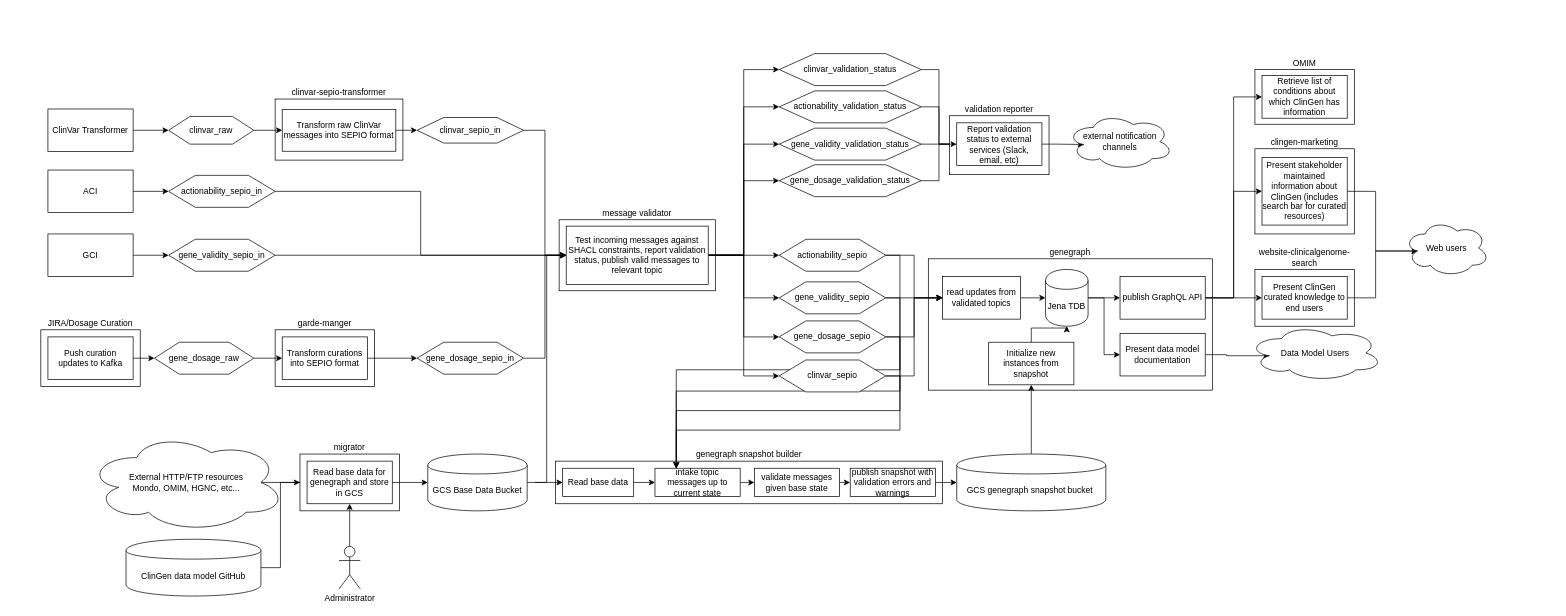
Above: page "future" (2 of 2) of B/G ClinGen Architecture.drawio in clingen-data-model/architecture (draw.io), before the change. Source tidied: cells renumbered, new cells numbered last; positions are measured from the earlier drawing's top-left corner, leaving out a move shared by most shapes. Both pictures are drawn from the tidied source at 71%, with x=0, y=0 at pixel (40, 53).
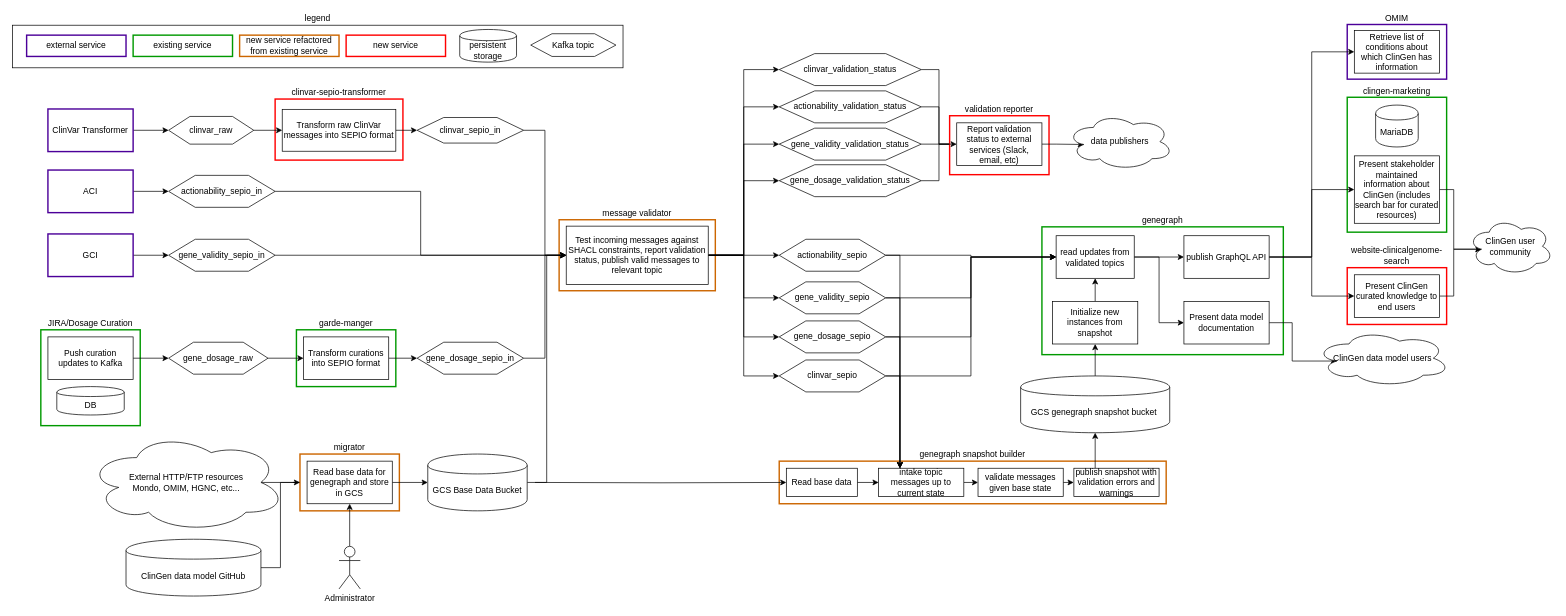
After the change.

Change to the diagram source:
```diff
@@
+    <mxCell id="111" value="legend" style="rounded=0;whiteSpace=wrap;html=1;strokeColor=#000000;strokeWidth=1;labelPosition=center;verticalLabelPosition=top;align=center;verticalAlign=bottom;" parent="1" vertex="1">
+      <mxGeometry x="-40" y="-40" width="860" height="60" as="geometry" />
+    </mxCell>
-    <mxCell id="2" value="genegraph snapshot builder" style="rounded=0;whiteSpace=wrap;html=1;labelPosition=center;verticalLabelPosition=top;align=center;verticalAlign=bottom;" parent="1" vertex="1">
-      <mxGeometry x="725" y="574" width="545" height="60" as="geometry" />
+    <mxCell id="2" value="genegraph snapshot builder" style="rounded=0;whiteSpace=wrap;html=1;labelPosition=center;verticalLabelPosition=top;align=center;verticalAlign=bottom;strokeWidth=2;strokeColor=#CC6600;" parent="1" vertex="1">
+      <mxGeometry x="1040" y="574" width="545" height="60" as="geometry" />
     </mxCell>
-    <mxCell id="3" value="OMIM" style="rounded=0;whiteSpace=wrap;html=1;labelPosition=center;verticalLabelPosition=top;align=center;verticalAlign=bottom;" parent="1" vertex="1">
-      <mxGeometry x="1710" y="22.5" width="140" height="77" as="geometry" />
+    <mxCell id="3" value="OMIM" style="rounded=0;whiteSpace=wrap;html=1;labelPosition=center;verticalLabelPosition=top;align=center;verticalAlign=bottom;strokeWidth=2;strokeColor=#4C0099;" parent="1" vertex="1">
+      <mxGeometry x="1840" y="-41" width="140" height="77" as="geometry" />
     </mxCell>
-    <mxCell id="4" value="clingen-marketing" style="rounded=0;whiteSpace=wrap;html=1;labelPosition=center;verticalLabelPosition=top;align=center;verticalAlign=bottom;" parent="1" vertex="1">
-      <mxGeometry x="1710" y="134" width="140" height="120" as="geometry" />
+    <mxCell id="4" value="clingen-marketing" style="rounded=0;whiteSpace=wrap;html=1;labelPosition=center;verticalLabelPosition=top;align=center;verticalAlign=bottom;strokeColor=#009900;strokeWidth=2;" parent="1" vertex="1">
+      <mxGeometry x="1840" y="61.5" width="140" height="190" as="geometry" />
     </mxCell>
-    <mxCell id="5" value="clinvar-sepio-transformer" style="rounded=0;whiteSpace=wrap;html=1;labelPosition=center;verticalLabelPosition=top;align=center;verticalAlign=bottom;" parent="1" vertex="1">
+    <mxCell id="5" value="clinvar-sepio-transformer" style="rounded=0;whiteSpace=wrap;html=1;labelPosition=center;verticalLabelPosition=top;align=center;verticalAlign=bottom;labelBorderColor=none;strokeColor=#FF0000;strokeWidth=2;" parent="1" vertex="1">
       <mxGeometry x="330" y="64" width="180" height="86" as="geometry" />
     </mxCell>
-    <mxCell id="6" value="message validator" style="rounded=0;whiteSpace=wrap;html=1;labelPosition=center;verticalLabelPosition=top;align=center;verticalAlign=bottom;" parent="1" vertex="1">
+    <mxCell id="6" value="message validator" style="rounded=0;whiteSpace=wrap;html=1;labelPosition=center;verticalLabelPosition=top;align=center;verticalAlign=bottom;strokeWidth=2;strokeColor=#CC6600;" parent="1" vertex="1">
       <mxGeometry x="730" y="234" width="220" height="100" as="geometry" />
     </mxCell>
-    <mxCell id="7" value="website-clinicalgenome-search" style="rounded=0;whiteSpace=wrap;html=1;labelPosition=center;verticalLabelPosition=top;align=center;verticalAlign=bottom;" parent="1" vertex="1">
-      <mxGeometry x="1710" y="304" width="140" height="80" as="geometry" />
+    <mxCell id="7" value="website-clinicalgenome-search" style="rounded=0;whiteSpace=wrap;html=1;labelPosition=center;verticalLabelPosition=top;align=center;verticalAlign=bottom;strokeColor=#FF0000;strokeWidth=2;" parent="1" vertex="1">
+      <mxGeometry x="1840" y="301.5" width="140" height="80" as="geometry" />
     </mxCell>
@@
-    <mxCell id="9" value="ACI" style="rounded=0;whiteSpace=wrap;html=1;" parent="1" vertex="1">
+    <mxCell id="9" value="ACI" style="rounded=0;whiteSpace=wrap;html=1;strokeColor=#4C0099;strokeWidth=2;" parent="1" vertex="1">
       <mxGeometry x="10" y="164" width="120" height="60" as="geometry" />
     </mxCell>
@@
-    <mxCell id="11" value="GCI" style="rounded=0;whiteSpace=wrap;html=1;" parent="1" vertex="1">
+    <mxCell id="11" value="GCI" style="rounded=0;whiteSpace=wrap;html=1;strokeColor=#4C0099;strokeWidth=2;" parent="1" vertex="1">
       <mxGeometry x="10" y="254" width="120" height="60" as="geometry" />
     </mxCell>
-    <mxCell id="12" value="JIRA/Dosage Curation" style="rounded=0;whiteSpace=wrap;html=1;labelPosition=center;verticalLabelPosition=top;align=center;verticalAlign=bottom;" parent="1" vertex="1">
-      <mxGeometry y="389" width="140" height="80" as="geometry" />
+    <mxCell id="12" value="JIRA/Dosage Curation" style="rounded=0;whiteSpace=wrap;html=1;labelPosition=center;verticalLabelPosition=top;align=center;verticalAlign=bottom;strokeColor=#009900;strokeWidth=2;" parent="1" vertex="1">
+      <mxGeometry y="389" width="140" height="135" as="geometry" />
     </mxCell>
-    <mxCell id="13" value="garde-manger" style="rounded=0;whiteSpace=wrap;html=1;labelPosition=center;verticalLabelPosition=top;align=center;verticalAlign=bottom;" parent="1" vertex="1">
-      <mxGeometry x="330" y="389" width="140" height="80" as="geometry" />
+    <mxCell id="13" value="garde-manger" style="rounded=0;whiteSpace=wrap;html=1;labelPosition=center;verticalLabelPosition=top;align=center;verticalAlign=bottom;strokeColor=#009900;strokeWidth=2;" parent="1" vertex="1">
+      <mxGeometry x="360" y="389" width="140" height="80" as="geometry" />
     </mxCell>
@@
     <mxCell id="15" value="Transform curations into SEPIO format" style="rounded=0;whiteSpace=wrap;html=1;" parent="1" vertex="1">
-      <mxGeometry x="340" y="399" width="120" height="60" as="geometry" />
+      <mxGeometry x="370" y="399" width="120" height="60" as="geometry" />
     </mxCell>
-    <mxCell id="16" value="genegraph" style="rounded=0;whiteSpace=wrap;html=1;labelPosition=center;verticalLabelPosition=top;align=center;verticalAlign=bottom;" parent="1" vertex="1">
-      <mxGeometry x="1250" y="289" width="400" height="185" as="geometry" />
+    <mxCell id="16" value="genegraph" style="rounded=0;whiteSpace=wrap;html=1;labelPosition=center;verticalLabelPosition=top;align=center;verticalAlign=bottom;strokeColor=#009900;strokeWidth=2;" parent="1" vertex="1">
+      <mxGeometry x="1410" y="244" width="340" height="180" as="geometry" />
     </mxCell>
@@
     <mxCell id="21" value="publish GraphQL API" style="rounded=0;whiteSpace=wrap;html=1;" parent="1" vertex="1">
-      <mxGeometry x="1520" y="314" width="120" height="60" as="geometry" />
+      <mxGeometry x="1610" y="256.5" width="120" height="60" as="geometry" />
     </mxCell>
-    <mxCell id="22" style="edgeStyle=orthogonalEdgeStyle;rounded=0;jettySize=auto;html=1;exitX=1;exitY=0.5;exitDx=0;exitDy=0;entryX=0;entryY=0.5;entryDx=0;entryDy=0;" parent="1" edge="1" source="24" target="21">
-      <mxGeometry relative="1" as="geometry" />
-    </mxCell>
-    <mxCell id="23" style="edgeStyle=orthogonalEdgeStyle;rounded=0;jettySize=auto;html=1;exitX=1;exitY=0.5;exitDx=0;exitDy=0;entryX=0;entryY=0.5;entryDx=0;entryDy=0;" parent="1" edge="1" source="24" target="92">
-      <mxGeometry relative="1" as="geometry" />
-    </mxCell>
-    <mxCell id="24" value="Jena TDB" style="shape=cylinder;whiteSpace=wrap;html=1;boundedLbl=1;backgroundOutline=1;" parent="1" vertex="1">
-      <mxGeometry x="1415" y="304" width="60" height="80" as="geometry" />
-    </mxCell>
@@
     <mxCell id="26" value="Present ClinGen curated knowledge to end users" style="rounded=0;whiteSpace=wrap;html=1;" parent="1" vertex="1">
-      <mxGeometry x="1720" y="314" width="120" height="60" as="geometry" />
+      <mxGeometry x="1850" y="311.5" width="120" height="60" as="geometry" />
     </mxCell>
@@
     <mxCell id="28" value="Present stakeholder maintained information about ClinGen (includes search bar for curated resources)" style="rounded=0;whiteSpace=wrap;html=1;" parent="1" vertex="1">
-      <mxGeometry x="1720" y="146.5" width="120" height="95" as="geometry" />
+      <mxGeometry x="1850" y="144" width="120" height="95" as="geometry" />
     </mxCell>
@@
     <mxCell id="34" value="gene_dosage_raw" style="shape=hexagon;perimeter=hexagonPerimeter2;whiteSpace=wrap;html=1;" parent="1" vertex="1">
-      <mxGeometry x="160" y="406.5" width="140" height="45" as="geometry" />
+      <mxGeometry x="180" y="406.5" width="140" height="45" as="geometry" />
     </mxCell>
@@
-    <mxCell id="63" value="validation reporter" style="rounded=0;whiteSpace=wrap;html=1;labelPosition=center;verticalLabelPosition=top;align=center;verticalAlign=bottom;" parent="1" vertex="1">
+    <mxCell id="63" value="validation reporter" style="rounded=0;whiteSpace=wrap;html=1;labelPosition=center;verticalLabelPosition=top;align=center;verticalAlign=bottom;strokeColor=#FF0000;strokeWidth=2;" parent="1" vertex="1">
       <mxGeometry x="1280" y="87.5" width="140" height="83" as="geometry" />
     </mxCell>
@@
-    <mxCell id="66" value="external notification channels" style="ellipse;shape=cloud;whiteSpace=wrap;html=1;" parent="1" vertex="1">
+    <mxCell id="66" value="data publishers" style="ellipse;shape=cloud;whiteSpace=wrap;html=1;" parent="1" vertex="1">
       <mxGeometry x="1445" y="84" width="150" height="80" as="geometry" />
     </mxCell>
-    <mxCell id="67" style="edgeStyle=orthogonalEdgeStyle;rounded=0;jettySize=auto;html=1;exitX=1;exitY=0.5;exitDx=0;exitDy=0;entryX=0;entryY=0.5;entryDx=0;entryDy=0;" parent="1" edge="1" source="68" target="24">
-      <mxGeometry relative="1" as="geometry" />
+    <mxCell id="67" style="edgeStyle=orthogonalEdgeStyle;rounded=0;jettySize=auto;html=1;exitX=1;exitY=0.5;exitDx=0;exitDy=0;entryX=0;entryY=0.5;entryDx=0;entryDy=0;" parent="1" edge="1" source="68">
+      <mxGeometry relative="1" as="geometry">
+        <mxPoint x="1505" y="286.5" as="targetPoint" />
+      </mxGeometry>
     </mxCell>
+    <mxCell id="112" style="edgeStyle=orthogonalEdgeStyle;rounded=0;jettySize=auto;html=1;exitX=1;exitY=0.5;exitDx=0;exitDy=0;entryX=0;entryY=0.5;entryDx=0;entryDy=0;" parent="1" edge="1" source="68" target="21">
+      <mxGeometry relative="1" as="geometry" />
+    </mxCell>
+    <mxCell id="113" style="edgeStyle=orthogonalEdgeStyle;rounded=0;jettySize=auto;html=1;exitX=1;exitY=0.5;exitDx=0;exitDy=0;entryX=0;entryY=0.5;entryDx=0;entryDy=0;" parent="1" edge="1" source="68" target="92">
+      <mxGeometry relative="1" as="geometry" />
+    </mxCell>
     <mxCell id="68" value="read updates from validated topics" style="rounded=0;whiteSpace=wrap;html=1;" parent="1" vertex="1">
-      <mxGeometry x="1270" y="314" width="110" height="60" as="geometry" />
+      <mxGeometry x="1430" y="256.5" width="110" height="60" as="geometry" />
     </mxCell>
-    <mxCell id="69" value="Web users" style="ellipse;shape=cloud;whiteSpace=wrap;html=1;" parent="1" vertex="1">
-      <mxGeometry x="1920" y="234" width="120" height="80" as="geometry" />
+    <mxCell id="69" value="ClinGen user community" style="ellipse;shape=cloud;whiteSpace=wrap;html=1;" parent="1" vertex="1">
+      <mxGeometry x="2010" y="231.5" width="120" height="80" as="geometry" />
     </mxCell>
@@
-    <mxCell id="71" value="ClinVar Transformer" style="rounded=0;whiteSpace=wrap;html=1;" parent="1" vertex="1">
+    <mxCell id="71" value="ClinVar Transformer" style="rounded=0;whiteSpace=wrap;html=1;strokeColor=#4C0099;strokeWidth=2;" parent="1" vertex="1">
       <mxGeometry x="10" y="78" width="120" height="60" as="geometry" />
     </mxCell>
@@
-    <mxCell id="85" value="migrator" style="rounded=0;whiteSpace=wrap;html=1;labelPosition=center;verticalLabelPosition=top;align=center;verticalAlign=bottom;" parent="1" vertex="1">
+    <mxCell id="85" value="migrator" style="rounded=0;whiteSpace=wrap;html=1;labelPosition=center;verticalLabelPosition=top;align=center;verticalAlign=bottom;strokeColor=#CC6600;strokeWidth=2;" parent="1" vertex="1">
       <mxGeometry x="365" y="564" width="140" height="80" as="geometry" />
     </mxCell>
@@
     <mxCell id="90" value="Retrieve list of conditions about which ClinGen has information" style="rounded=0;whiteSpace=wrap;html=1;" parent="1" vertex="1">
-      <mxGeometry x="1720" y="31" width="120" height="60" as="geometry" />
+      <mxGeometry x="1850" y="-32.5" width="120" height="60" as="geometry" />
     </mxCell>
@@
     <mxCell id="92" value="Present data model documentation" style="rounded=0;whiteSpace=wrap;html=1;" parent="1" vertex="1">
-      <mxGeometry x="1520" y="394" width="120" height="60" as="geometry" />
+      <mxGeometry x="1610" y="349" width="120" height="60" as="geometry" />
     </mxCell>
-    <mxCell id="93" value="Data Model Users" style="ellipse;shape=cloud;whiteSpace=wrap;html=1;" parent="1" vertex="1">
-      <mxGeometry x="1700" y="381.5" width="190" height="80" as="geometry" />
+    <mxCell id="93" value="ClinGen data model users" style="ellipse;shape=cloud;whiteSpace=wrap;html=1;" parent="1" vertex="1">
+      <mxGeometry x="1795" y="389" width="190" height="80" as="geometry" />
     </mxCell>
@@
     <mxCell id="98" value="Read base data" style="rounded=0;whiteSpace=wrap;html=1;" parent="1" vertex="1">
-      <mxGeometry x="735" y="584" width="100" height="40" as="geometry" />
+      <mxGeometry x="1050" y="584" width="100" height="40" as="geometry" />
     </mxCell>
@@
     <mxCell id="100" value="intake topic messages up to current state" style="rounded=0;whiteSpace=wrap;html=1;" parent="1" vertex="1">
-      <mxGeometry x="865" y="584" width="120" height="40" as="geometry" />
+      <mxGeometry x="1180" y="584" width="120" height="40" as="geometry" />
     </mxCell>
@@
     <mxCell id="104" value="validate messages given base state" style="rounded=0;whiteSpace=wrap;html=1;" parent="1" vertex="1">
-      <mxGeometry x="1005" y="584" width="120" height="40" as="geometry" />
+      <mxGeometry x="1320" y="584" width="120" height="40" as="geometry" />
     </mxCell>
@@
     <mxCell id="106" value="GCS genegraph snapshot bucket&amp;nbsp;" style="shape=cylinder;whiteSpace=wrap;html=1;boundedLbl=1;backgroundOutline=1;" parent="1" vertex="1">
-      <mxGeometry x="1290" y="564" width="210" height="80" as="geometry" />
+      <mxGeometry x="1380" y="454" width="210" height="80" as="geometry" />
     </mxCell>
-    <mxCell id="107" style="edgeStyle=orthogonalEdgeStyle;rounded=0;jettySize=auto;html=1;exitX=1;exitY=0.5;exitDx=0;exitDy=0;entryX=0;entryY=0.5;entryDx=0;entryDy=0;" parent="1" edge="1" source="108" target="106">
+    <mxCell id="107" style="edgeStyle=orthogonalEdgeStyle;rounded=0;jettySize=auto;html=1;exitX=0.25;exitY=0;exitDx=0;exitDy=0;entryX=0.5;entryY=1;entryDx=0;entryDy=0;" parent="1" edge="1" source="108" target="106">
       <mxGeometry relative="1" as="geometry" />
     </mxCell>
     <mxCell id="108" value="publish snapshot with validation errors and warnings" style="rounded=0;whiteSpace=wrap;html=1;" parent="1" vertex="1">
-      <mxGeometry x="1140" y="584" width="120" height="40" as="geometry" />
+      <mxGeometry x="1455" y="584" width="120" height="40" as="geometry" />
     </mxCell>
-    <mxCell id="109" style="edgeStyle=orthogonalEdgeStyle;rounded=0;jettySize=auto;html=1;exitX=0.5;exitY=0;exitDx=0;exitDy=0;entryX=0.5;entryY=1;entryDx=0;entryDy=0;" parent="1" edge="1" source="110" target="24">
-      <mxGeometry relative="1" as="geometry" />
-    </mxCell>
+    <mxCell id="114" style="edgeStyle=orthogonalEdgeStyle;rounded=0;jettySize=auto;html=1;exitX=0.5;exitY=0;exitDx=0;exitDy=0;entryX=0.5;entryY=1;entryDx=0;entryDy=0;" parent="1" edge="1" source="110" target="68">
+      <mxGeometry relative="1" as="geometry" />
+    </mxCell>
     <mxCell id="110" value="Initialize new instances from snapshot" style="rounded=0;whiteSpace=wrap;html=1;" parent="1" vertex="1">
-      <mxGeometry x="1335" y="406.5" width="120" height="60" as="geometry" />
+      <mxGeometry x="1425" y="349" width="120" height="60" as="geometry" />
     </mxCell>
+    <mxCell id="115" value="MariaDB" style="shape=cylinder;whiteSpace=wrap;html=1;boundedLbl=1;backgroundOutline=1;" parent="1" vertex="1">
+      <mxGeometry x="1880" y="72.5" width="60" height="59" as="geometry" />
+    </mxCell>
+    <mxCell id="116" value="DB" style="shape=cylinder;whiteSpace=wrap;html=1;boundedLbl=1;backgroundOutline=1;" parent="1" vertex="1">
+      <mxGeometry x="22.5" y="469" width="95" height="40" as="geometry" />
+    </mxCell>
+    <mxCell id="117" value="external service" style="rounded=0;whiteSpace=wrap;html=1;strokeColor=#4C0099;strokeWidth=2;" parent="1" vertex="1">
+      <mxGeometry x="-20" y="-26" width="140" height="30" as="geometry" />
+    </mxCell>
+    <mxCell id="118" value="existing service" style="rounded=0;whiteSpace=wrap;html=1;strokeColor=#009900;strokeWidth=2;" parent="1" vertex="1">
+      <mxGeometry x="130" y="-26" width="140" height="30" as="geometry" />
+    </mxCell>
+    <mxCell id="119" value="new service refactored from existing service" style="rounded=0;whiteSpace=wrap;html=1;strokeColor=#CC6600;strokeWidth=2;" parent="1" vertex="1">
+      <mxGeometry x="280" y="-26" width="140" height="30" as="geometry" />
+    </mxCell>
+    <mxCell id="120" value="new service" style="rounded=0;whiteSpace=wrap;html=1;strokeColor=#FF0000;strokeWidth=2;" parent="1" vertex="1">
+      <mxGeometry x="430" y="-26" width="140" height="30" as="geometry" />
+    </mxCell>
+    <mxCell id="121" value="persistent storage" style="shape=cylinder;whiteSpace=wrap;html=1;boundedLbl=1;backgroundOutline=1;strokeColor=#000000;strokeWidth=1;fontColor=#000000;" parent="1" vertex="1">
+      <mxGeometry x="590" y="-34" width="80" height="46" as="geometry" />
+    </mxCell>
+    <mxCell id="122" value="Kafka topic" style="shape=hexagon;perimeter=hexagonPerimeter2;whiteSpace=wrap;html=1;strokeColor=#000000;strokeWidth=1;fontColor=#000000;" parent="1" vertex="1">
+      <mxGeometry x="690" y="-28" width="120" height="32" as="geometry" />
+    </mxCell>
```
